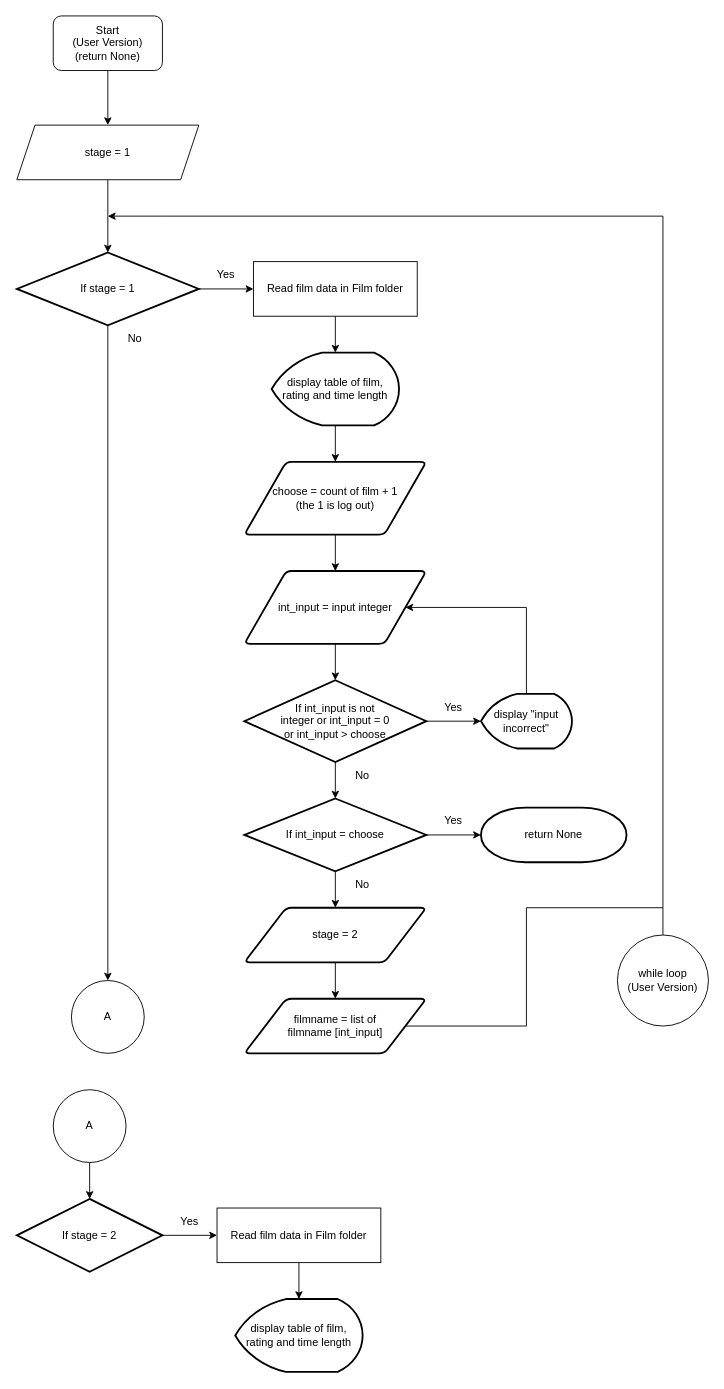
Above: page "User Version" (3 of 3) of Untitled Diagram.drawio in Mydiman/SBA_6C_03 (draw.io), before the change. Source tidied: cells renumbered, new cells numbered last; positions are measured from the earlier drawing's top-left corner, leaving out a move shared by most shapes. Both pictures are drawn from the tidied source at 91%, with x=0, y=0 at pixel (16, 15).
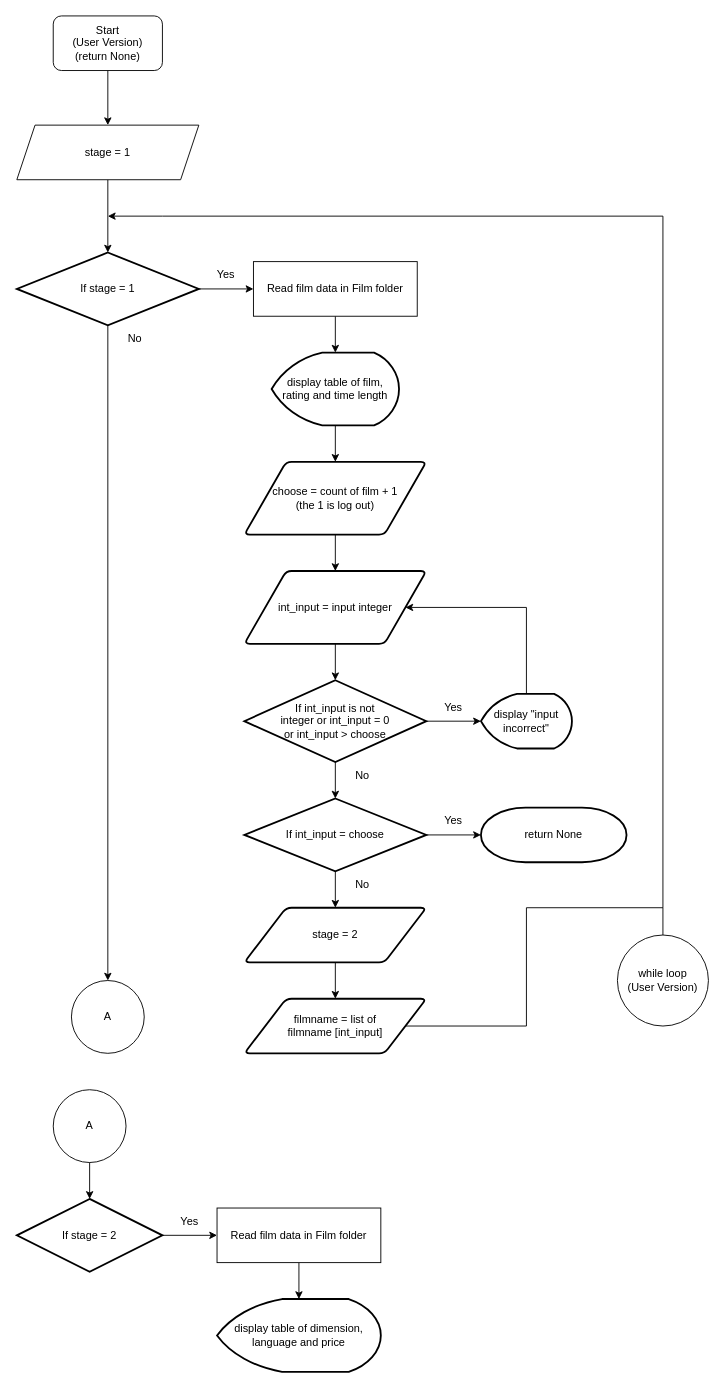
The same diagram, later.

Diff of the diagram source:
```diff
@@
-    <mxCell id="47" value="display table of film, rating and time length" style="strokeWidth=2;html=1;shape=mxgraph.flowchart.display;whiteSpace=wrap;" parent="1" vertex="1">
-      <mxGeometry x="240" y="1410" width="140" height="80" as="geometry" />
+    <mxCell id="47" value="display table of dimension, language and price" style="strokeWidth=2;html=1;shape=mxgraph.flowchart.display;whiteSpace=wrap;" parent="1" vertex="1">
+      <mxGeometry x="220" y="1410" width="180" height="80" as="geometry" />
     </mxCell>
```
